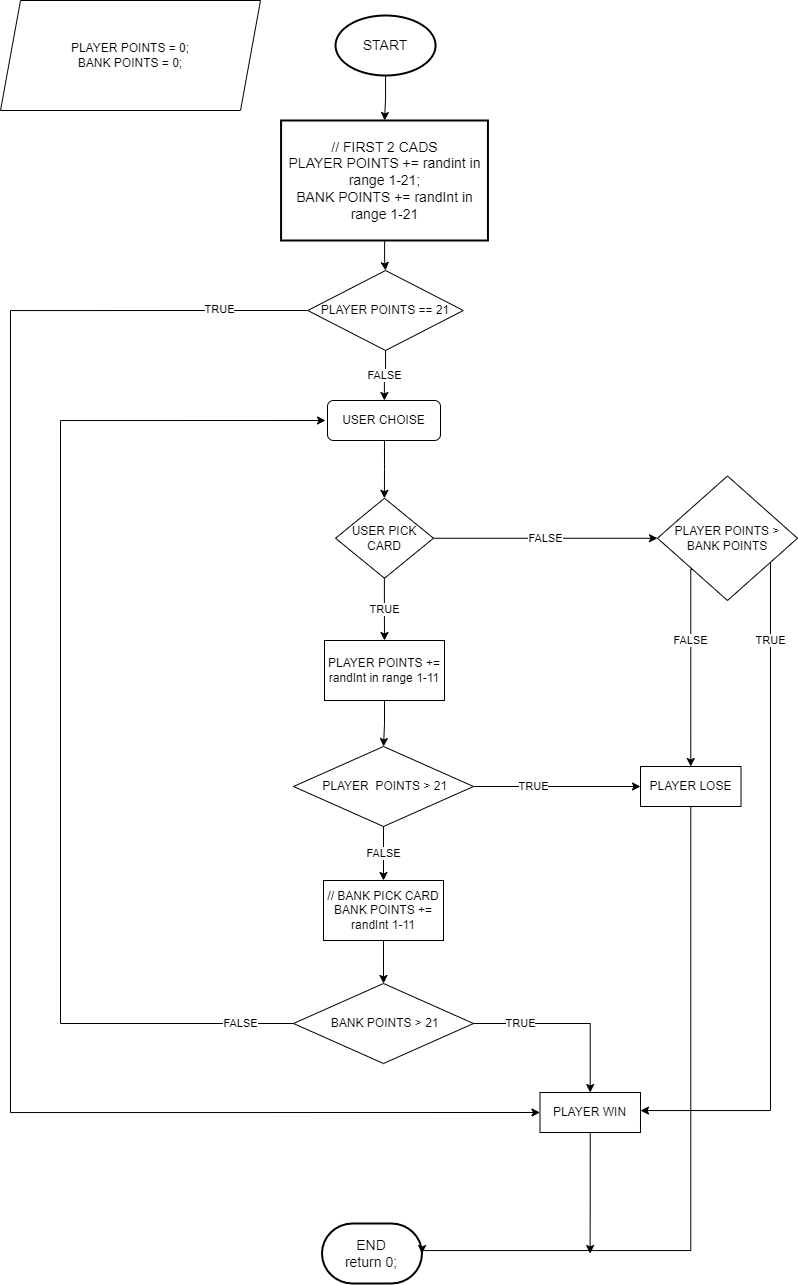
Earlier version of the draw.io export 11 black jack.png (Andriy-Kolokolov/human-code). Source tidied: cells renumbered, new cells last; positions are measured from the earlier drawing's top-left corner, leaving out a move shared by most shapes. The source it was exported from:
```xml
<mxGraphModel>
  <root>
    <mxCell id="0" />
    <mxCell id="1" parent="0" />
    <mxCell id="2" style="edgeStyle=orthogonalEdgeStyle;rounded=0;jettySize=auto;html=1;" parent="1" edge="1" source="3" target="20">
      <mxGeometry relative="1" as="geometry" />
    </mxCell>
    <mxCell id="3" value="START" style="strokeWidth=2;html=1;shape=mxgraph.flowchart.start_1;whiteSpace=wrap;fontSize=14;" parent="1" vertex="1">
      <mxGeometry x="335" y="15" width="100" height="60" as="geometry" />
    </mxCell>
    <mxCell id="4" value="END&lt;br style=&quot;font-size: 14px;&quot;&gt;return 0;" style="strokeWidth=2;html=1;shape=mxgraph.flowchart.terminator;whiteSpace=wrap;fontSize=14;" parent="1" vertex="1">
      <mxGeometry x="321.5" y="1223" width="100" height="60" as="geometry" />
    </mxCell>
    <mxCell id="5" value="PLAYER&amp;nbsp;POINTS =&amp;nbsp;0;&lt;br&gt;BANK POINTS = 0;" style="shape=parallelogram;perimeter=parallelogramPerimeter;whiteSpace=wrap;html=1;fixedSize=1;" parent="1" vertex="1">
      <mxGeometry width="260" height="110" as="geometry" />
    </mxCell>
    <mxCell id="6" style="edgeStyle=orthogonalEdgeStyle;rounded=0;jettySize=auto;html=1;" parent="1" edge="1" target="9">
      <mxGeometry relative="1" as="geometry">
        <mxPoint x="384" y="440" as="sourcePoint" />
      </mxGeometry>
    </mxCell>
    <mxCell id="7" value="TRUE" style="edgeStyle=orthogonalEdgeStyle;rounded=0;jettySize=auto;html=1;" parent="1" edge="1" source="9" target="11">
      <mxGeometry relative="1" as="geometry" />
    </mxCell>
    <mxCell id="8" value="FALSE" style="edgeStyle=orthogonalEdgeStyle;rounded=0;jettySize=auto;html=1;exitX=1;exitY=0.5;exitDx=0;exitDy=0;" parent="1" edge="1" source="9" target="23">
      <mxGeometry relative="1" as="geometry" />
    </mxCell>
    <mxCell id="9" value="USER PICK CARD" style="rhombus;whiteSpace=wrap;html=1;" parent="1" vertex="1">
      <mxGeometry x="335" y="497.8" width="97.9" height="80" as="geometry" />
    </mxCell>
    <mxCell id="10" style="edgeStyle=orthogonalEdgeStyle;rounded=0;jettySize=auto;html=1;" parent="1" edge="1" source="11" target="14">
      <mxGeometry relative="1" as="geometry" />
    </mxCell>
    <mxCell id="11" value="PLAYER&amp;nbsp;POINTS&amp;nbsp;+= randInt in range 1-11" style="whiteSpace=wrap;html=1;" parent="1" vertex="1">
      <mxGeometry x="324" y="640" width="120" height="60" as="geometry" />
    </mxCell>
    <mxCell id="12" value="TRUE" style="edgeStyle=orthogonalEdgeStyle;rounded=0;jettySize=auto;html=1;exitX=1;exitY=0.5;exitDx=0;exitDy=0;" parent="1" edge="1" source="14" target="16">
      <mxGeometry x="-0.29" relative="1" as="geometry" />
    </mxCell>
    <mxCell id="13" value="FALSE" style="edgeStyle=orthogonalEdgeStyle;rounded=0;jettySize=auto;html=1;" parent="1" edge="1" source="14" target="18">
      <mxGeometry relative="1" as="geometry" />
    </mxCell>
    <mxCell id="14" value="&amp;nbsp;PLAYER&amp;nbsp;&amp;nbsp;POINTS &amp;gt; 21" style="rhombus;whiteSpace=wrap;html=1;" parent="1" vertex="1">
      <mxGeometry x="293" y="746" width="180" height="80" as="geometry" />
    </mxCell>
    <mxCell id="15" style="edgeStyle=orthogonalEdgeStyle;rounded=0;jettySize=auto;html=1;entryX=1;entryY=0.5;entryDx=0;entryDy=0;entryPerimeter=0;" parent="1" edge="1" source="16" target="4">
      <mxGeometry relative="1" as="geometry">
        <Array as="points">
          <mxPoint x="690" y="1250" />
        </Array>
      </mxGeometry>
    </mxCell>
    <mxCell id="16" value="PLAYER LOSE" style="whiteSpace=wrap;html=1;" parent="1" vertex="1">
      <mxGeometry x="640" y="766" width="100.5" height="40" as="geometry" />
    </mxCell>
    <mxCell id="17" style="edgeStyle=orthogonalEdgeStyle;rounded=0;jettySize=auto;html=1;" parent="1" edge="1" source="18" target="28">
      <mxGeometry relative="1" as="geometry" />
    </mxCell>
    <mxCell id="18" value="// BANK PICK CARD&lt;br&gt;BANK POINTS += randInt 1-11" style="rounded=0;whiteSpace=wrap;html=1;" parent="1" vertex="1">
      <mxGeometry x="323" y="880" width="120" height="60" as="geometry" />
    </mxCell>
    <mxCell id="19" style="edgeStyle=orthogonalEdgeStyle;rounded=0;jettySize=auto;html=1;" parent="1" edge="1" source="20" target="32">
      <mxGeometry relative="1" as="geometry" />
    </mxCell>
    <mxCell id="20" value="// FIRST 2 CADS&lt;br&gt;PLAYER&amp;nbsp;POINTS += randint in range 1-21;&lt;br&gt;BANK POINTS += randInt in range 1-21" style="whiteSpace=wrap;html=1;fontSize=14;strokeWidth=2;" parent="1" vertex="1">
      <mxGeometry x="280.6" y="120" width="206.9" height="120" as="geometry" />
    </mxCell>
    <mxCell id="21" value="TRUE" style="edgeStyle=orthogonalEdgeStyle;rounded=0;jettySize=auto;html=1;" parent="1" edge="1" source="23" target="25">
      <mxGeometry x="-0.77" relative="1" as="geometry">
        <Array as="points">
          <mxPoint x="770" y="1110" />
        </Array>
      </mxGeometry>
    </mxCell>
    <mxCell id="22" value="FALSE" style="edgeStyle=orthogonalEdgeStyle;rounded=0;jettySize=auto;html=1;exitX=0;exitY=1;exitDx=0;exitDy=0;entryX=0.5;entryY=0;entryDx=0;entryDy=0;" parent="1" edge="1" source="23" target="16">
      <mxGeometry x="-0.27" relative="1" as="geometry">
        <Array as="points">
          <mxPoint x="690" y="569" />
        </Array>
      </mxGeometry>
    </mxCell>
    <mxCell id="23" value="PLAYER&amp;nbsp;POINTS &amp;gt; BANK POINTS" style="rhombus;whiteSpace=wrap;html=1;" parent="1" vertex="1">
      <mxGeometry x="657" y="475.5" width="140" height="124.5" as="geometry" />
    </mxCell>
    <mxCell id="24" style="edgeStyle=orthogonalEdgeStyle;rounded=0;jettySize=auto;html=1;exitX=0.5;exitY=1;exitDx=0;exitDy=0;" parent="1" edge="1" source="25">
      <mxGeometry relative="1" as="geometry">
        <mxPoint x="589.6" y="1253" as="targetPoint" />
      </mxGeometry>
    </mxCell>
    <mxCell id="25" value="PLAYER&amp;nbsp;WIN" style="whiteSpace=wrap;html=1;" parent="1" vertex="1">
      <mxGeometry x="539.5" y="1092" width="100.5" height="40" as="geometry" />
    </mxCell>
    <mxCell id="26" value="TRUE" style="edgeStyle=orthogonalEdgeStyle;rounded=0;jettySize=auto;html=1;" parent="1" edge="1" source="28" target="25">
      <mxGeometry x="-0.49" relative="1" as="geometry" />
    </mxCell>
    <mxCell id="27" value="FALSE" style="edgeStyle=orthogonalEdgeStyle;rounded=0;jettySize=auto;html=1;entryX=0;entryY=0.5;entryDx=0;entryDy=0;" parent="1" edge="1" source="28">
      <mxGeometry x="-0.9" relative="1" as="geometry">
        <mxPoint x="325" y="420" as="targetPoint" />
        <Array as="points">
          <mxPoint x="60" y="1023" />
          <mxPoint x="60" y="420" />
        </Array>
      </mxGeometry>
    </mxCell>
    <mxCell id="28" value="&amp;nbsp;BANK POINTS &amp;gt; 21" style="rhombus;whiteSpace=wrap;html=1;" parent="1" vertex="1">
      <mxGeometry x="293" y="983" width="180" height="80" as="geometry" />
    </mxCell>
    <mxCell id="29" value="FALSE" style="edgeStyle=orthogonalEdgeStyle;rounded=0;jettySize=auto;html=1;" parent="1" edge="1" source="32">
      <mxGeometry relative="1" as="geometry">
        <mxPoint x="383.9" y="400" as="targetPoint" />
      </mxGeometry>
    </mxCell>
    <mxCell id="30" style="edgeStyle=orthogonalEdgeStyle;rounded=0;jettySize=auto;html=1;exitX=0;exitY=0.5;exitDx=0;exitDy=0;entryX=0;entryY=0.5;entryDx=0;entryDy=0;" parent="1" edge="1" source="32" target="25">
      <mxGeometry relative="1" as="geometry">
        <Array as="points">
          <mxPoint x="10" y="310" />
          <mxPoint x="10" y="1112" />
        </Array>
      </mxGeometry>
    </mxCell>
    <mxCell id="31" value="TRUE" style="edgeLabel;html=1;align=center;verticalAlign=middle;" parent="30" vertex="1">
      <mxGeometry x="-0.89" y="-1" relative="1" as="geometry" />
    </mxCell>
    <mxCell id="32" value="PLAYER POINTS == 21" style="rhombus;whiteSpace=wrap;html=1;" parent="1" vertex="1">
      <mxGeometry x="307.3" y="270" width="155.5" height="80" as="geometry" />
    </mxCell>
    <mxCell id="33" value="USER CHOISE" style="rounded=1;whiteSpace=wrap;html=1;" parent="1" vertex="1">
      <mxGeometry x="327" y="400" width="113" height="40" as="geometry" />
    </mxCell>
  </root>
</mxGraphModel>
```
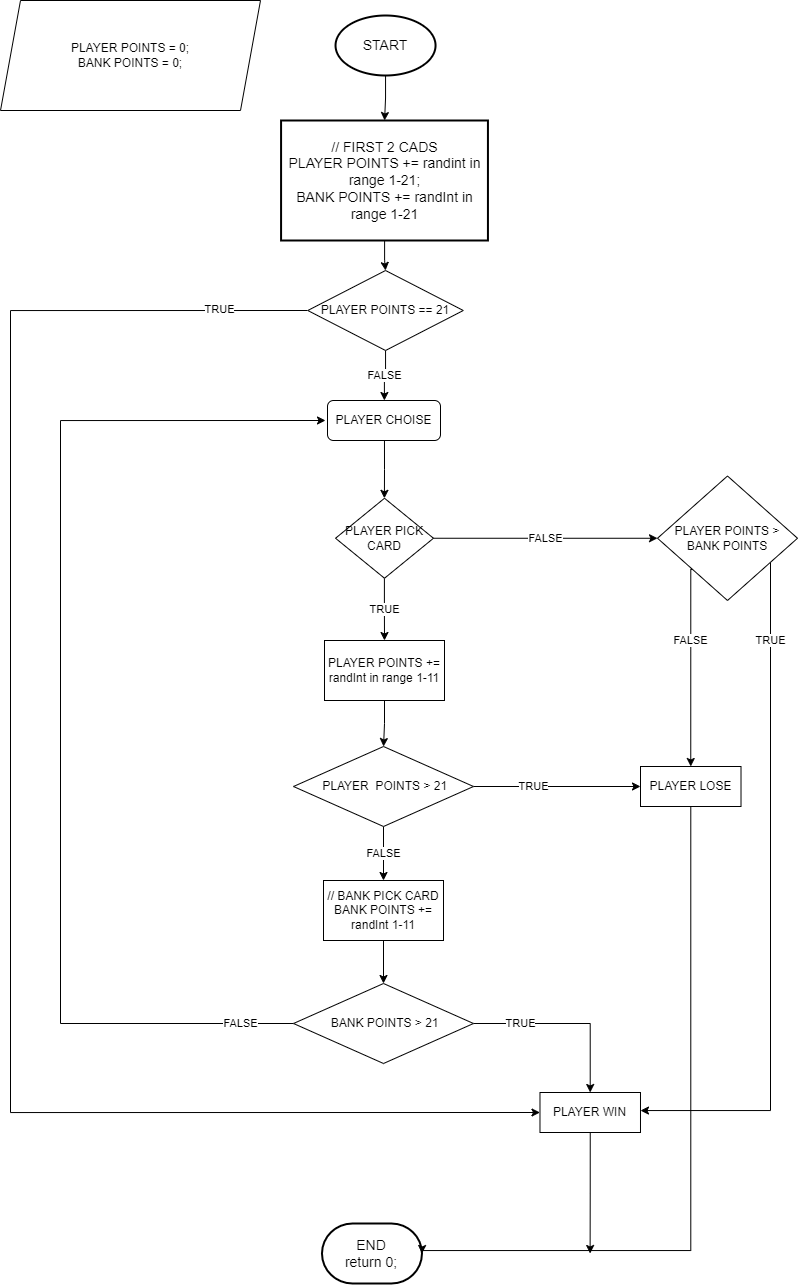
Later version of the same file.

Change to the diagram source:
```diff
@@ -25,7 +25,7 @@
     <mxCell id="8" value="FALSE" style="edgeStyle=orthogonalEdgeStyle;rounded=0;jettySize=auto;html=1;exitX=1;exitY=0.5;exitDx=0;exitDy=0;" parent="1" edge="1" source="9" target="23">
       <mxGeometry relative="1" as="geometry" />
     </mxCell>
-    <mxCell id="9" value="USER PICK CARD" style="rhombus;whiteSpace=wrap;html=1;" parent="1" vertex="1">
+    <mxCell id="9" value="PLAYER PICK CARD" style="rhombus;whiteSpace=wrap;html=1;" parent="1" vertex="1">
       <mxGeometry x="335" y="497.8" width="97.9" height="80" as="geometry" />
     </mxCell>
     <mxCell id="10" style="edgeStyle=orthogonalEdgeStyle;rounded=0;jettySize=auto;html=1;" parent="1" edge="1" source="11" target="14">
@@ -124,7 +124,7 @@
     <mxCell id="32" value="PLAYER POINTS == 21" style="rhombus;whiteSpace=wrap;html=1;" parent="1" vertex="1">
       <mxGeometry x="307.3" y="270" width="155.5" height="80" as="geometry" />
     </mxCell>
-    <mxCell id="33" value="USER CHOISE" style="rounded=1;whiteSpace=wrap;html=1;" parent="1" vertex="1">
+    <mxCell id="33" value="PLAYER CHOISE" style="rounded=1;whiteSpace=wrap;html=1;" parent="1" vertex="1">
       <mxGeometry x="327" y="400" width="113" height="40" as="geometry" />
     </mxCell>
   </root>
```
